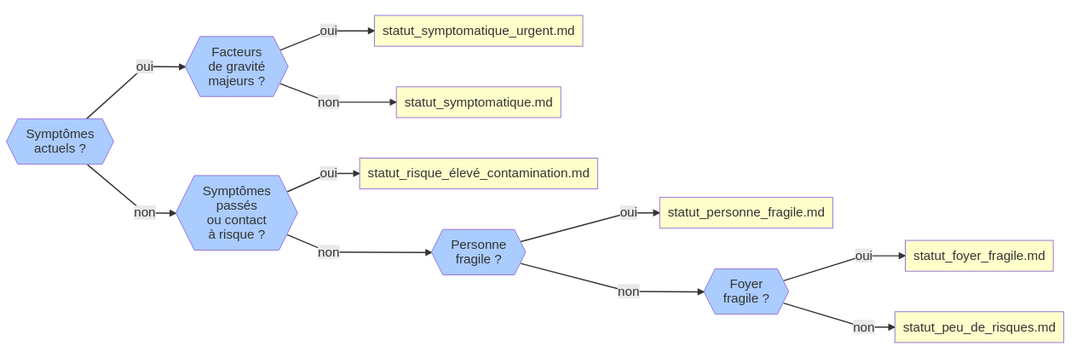
Above: diagrammes/statut.png in Delegation-numerique-en-sante/mesconseilscovid (Mermaid), before the change. Its source is kept beside it as diagrammes/statut.mermaid. Source of this version:
```mermaid
graph LR
    symptomes-actuels{{"Symptômes<br>actuels ?"}}
    symptomes-actuels -->|oui| facteurs-de-gravite-majeurs
    symptomes-actuels -->|non| symptomes-passes-ou-contact-a-risque

    facteurs-de-gravite-majeurs{{"Facteurs<br>de gravité<br>majeurs ?"}}
    facteurs-de-gravite-majeurs -->|oui| statut-symptomatique-urgent
    facteurs-de-gravite-majeurs -->|non| statut-symptomatique

    symptomes-passes-ou-contact-a-risque{{"Symptômes<br>passés<br>ou contact<br>à risque ?"}}
    symptomes-passes-ou-contact-a-risque -->|oui| statut-risque-eleve
    symptomes-passes-ou-contact-a-risque -->|non| personne-fragile

    personne-fragile{{"Personne<br>fragile ?"}}
    personne-fragile -->|oui| statut-personne-fragile
    personne-fragile -->|non| foyer-fragile

    foyer-fragile{{"Foyer<br>fragile ?"}}
    foyer-fragile -->|oui| statut-foyer-fragile
    foyer-fragile -->|non| statut-peu-de-risques

    statut-foyer-fragile["statut_foyer_fragile.md"]
    statut-personne-fragile["statut_personne_fragile.md"]
    statut-peu-de-risques["statut_peu_de_risques.md"]
    statut-risque-eleve["statut_risque_élevé_contamination.md"]
    statut-symptomatique["statut_symptomatique.md"]
    statut-symptomatique-urgent["statut_symptomatique_urgent.md"]

    classDef default fill:#acf;
    classDef statut fill:#ffc;

    class statut-foyer-fragile statut;
    class statut-personne-fragile statut;
    class statut-peu-de-risques statut;
    class statut-risque-eleve statut;
    class statut-symptomatique statut;
    class statut-symptomatique-urgent statut;
```
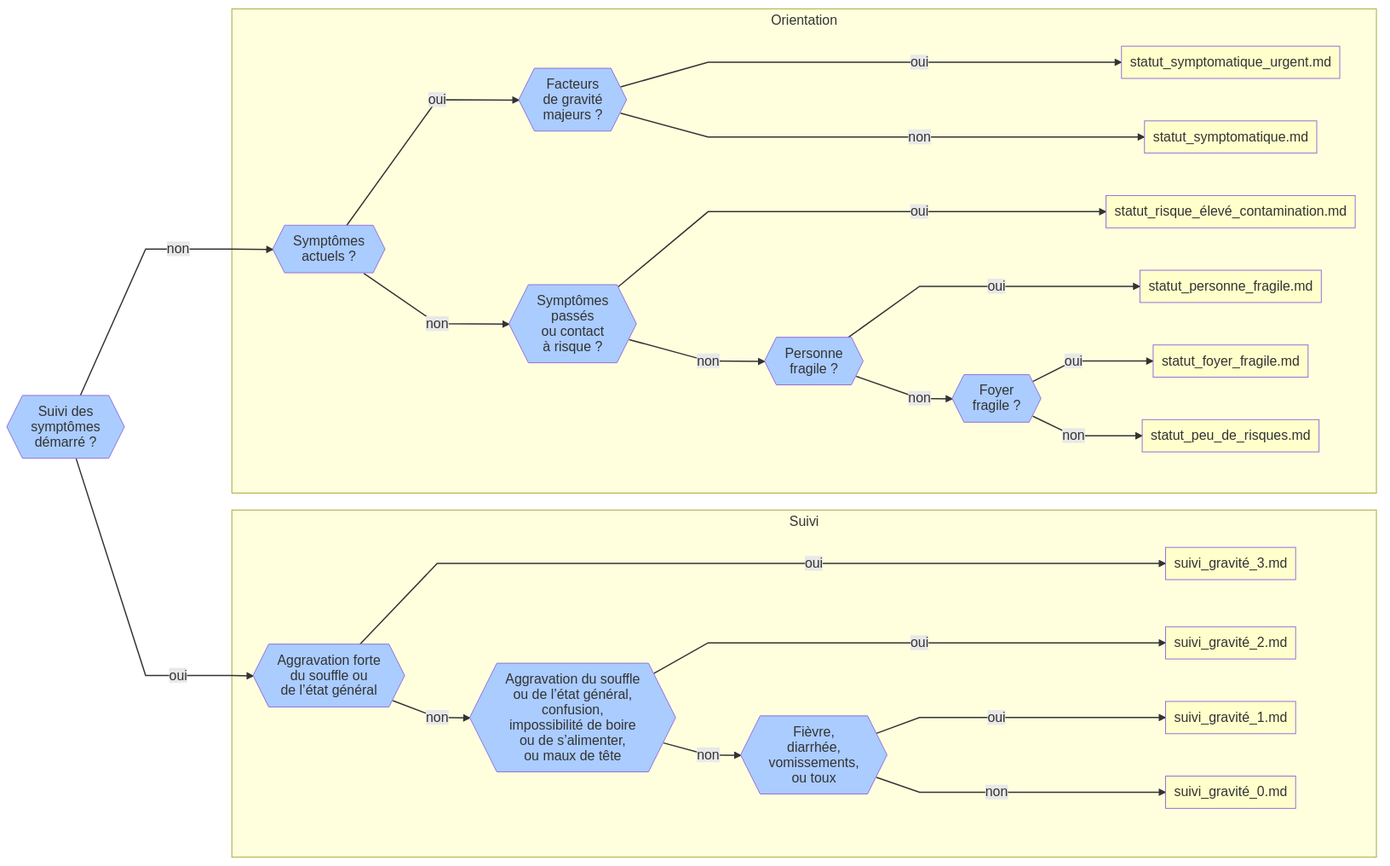
Above is the later version.

Commit message:
Ajoute le suivi dans le diagramme du statut

The edit, as a diff of the source:
```diff
@@ -1,23 +1,48 @@
 graph LR
-    symptomes-actuels{{"Symptômes<br>actuels ?"}}
-    symptomes-actuels -->|oui| facteurs-de-gravite-majeurs
-    symptomes-actuels -->|non| symptomes-passes-ou-contact-a-risque
+    suivi{{"Suivi des<br>symptômes<br>démarré ?"}}
+    suivi --->|oui| gravite-3
+    suivi --->|non| symptomes-actuels
 
-    facteurs-de-gravite-majeurs{{"Facteurs<br>de gravité<br>majeurs ?"}}
-    facteurs-de-gravite-majeurs -->|oui| statut-symptomatique-urgent
-    facteurs-de-gravite-majeurs -->|non| statut-symptomatique
+    subgraph Suivi
+        gravite-3{{"Aggravation forte<br>du souffle ou<br>de l&rsquo;état général"}}
+        gravite-3 ----->|oui| suivi-gravite-3
+        gravite-3 -->|non| gravite-2
 
-    symptomes-passes-ou-contact-a-risque{{"Symptômes<br>passés<br>ou contact<br>à risque ?"}}
-    symptomes-passes-ou-contact-a-risque -->|oui| statut-risque-eleve
-    symptomes-passes-ou-contact-a-risque -->|non| personne-fragile
+        gravite-2{{"Aggravation du souffle<br>ou de l&rsquo;état général,<br>confusion,<br>impossibilité de boire<br> ou de s&rsquo;alimenter,<br>ou maux de tête"}}
+        gravite-2 ---->|oui| suivi-gravite-2
+        gravite-2 -->|non| gravite-1
 
-    personne-fragile{{"Personne<br>fragile ?"}}
-    personne-fragile -->|oui| statut-personne-fragile
-    personne-fragile -->|non| foyer-fragile
+        gravite-1{{"Fièvre,<br>diarrhée,<br>vomissements,<br>ou toux"}}
+        gravite-1 --->|oui| suivi-gravite-1
+        gravite-1 --->|non| suivi-gravite-0
+    end
 
-    foyer-fragile{{"Foyer<br>fragile ?"}}
-    foyer-fragile -->|oui| statut-foyer-fragile
-    foyer-fragile -->|non| statut-peu-de-risques
+    subgraph Orientation
+        symptomes-actuels{{"Symptômes<br>actuels ?"}}
+        symptomes-actuels -->|oui| facteurs-de-gravite-majeurs
+        symptomes-actuels -->|non| symptomes-passes-ou-contact-a-risque
+
+        facteurs-de-gravite-majeurs{{"Facteurs<br>de gravité<br>majeurs ?"}}
+        facteurs-de-gravite-majeurs ---->|oui| statut-symptomatique-urgent
+        facteurs-de-gravite-majeurs ---->|non| statut-symptomatique
+
+        symptomes-passes-ou-contact-a-risque{{"Symptômes<br>passés<br>ou contact<br>à risque ?"}}
+        symptomes-passes-ou-contact-a-risque ---->|oui| statut-risque-eleve
+        symptomes-passes-ou-contact-a-risque -->|non| personne-fragile
+
+        personne-fragile{{"Personne<br>fragile ?"}}
+        personne-fragile --->|oui| statut-personne-fragile
+        personne-fragile -->|non| foyer-fragile
+
+        foyer-fragile{{"Foyer<br>fragile ?"}}
+        foyer-fragile -->|oui| statut-foyer-fragile
+        foyer-fragile -->|non| statut-peu-de-risques
+    end
+
+    suivi-gravite-3["suivi_gravité_3.md"]
+    suivi-gravite-2["suivi_gravité_2.md"]
+    suivi-gravite-1["suivi_gravité_1.md"]
+    suivi-gravite-0["suivi_gravité_0.md"]
 
     statut-foyer-fragile["statut_foyer_fragile.md"]
     statut-personne-fragile["statut_personne_fragile.md"]
@@ -29,6 +54,11 @@
     classDef default fill:#acf;
     classDef statut fill:#ffc;
 
+    class suivi-gravite-3 statut;
+    class suivi-gravite-2 statut;
+    class suivi-gravite-1 statut;
+    class suivi-gravite-0 statut;
+
     class statut-foyer-fragile statut;
     class statut-personne-fragile statut;
     class statut-peu-de-risques statut;
```
